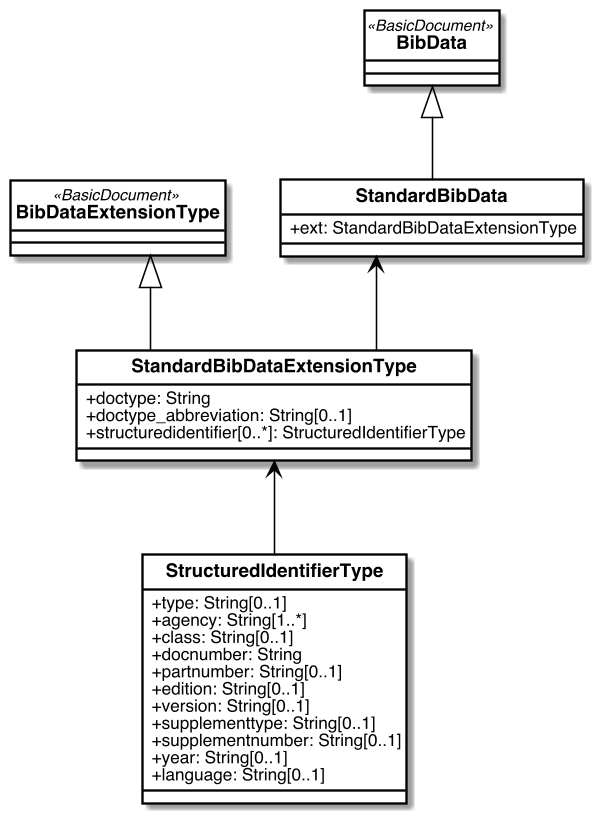
Earlier version of the PlantUML export standoc/images/StandardDoc_Metadata.png (metanorma/standoc-models).
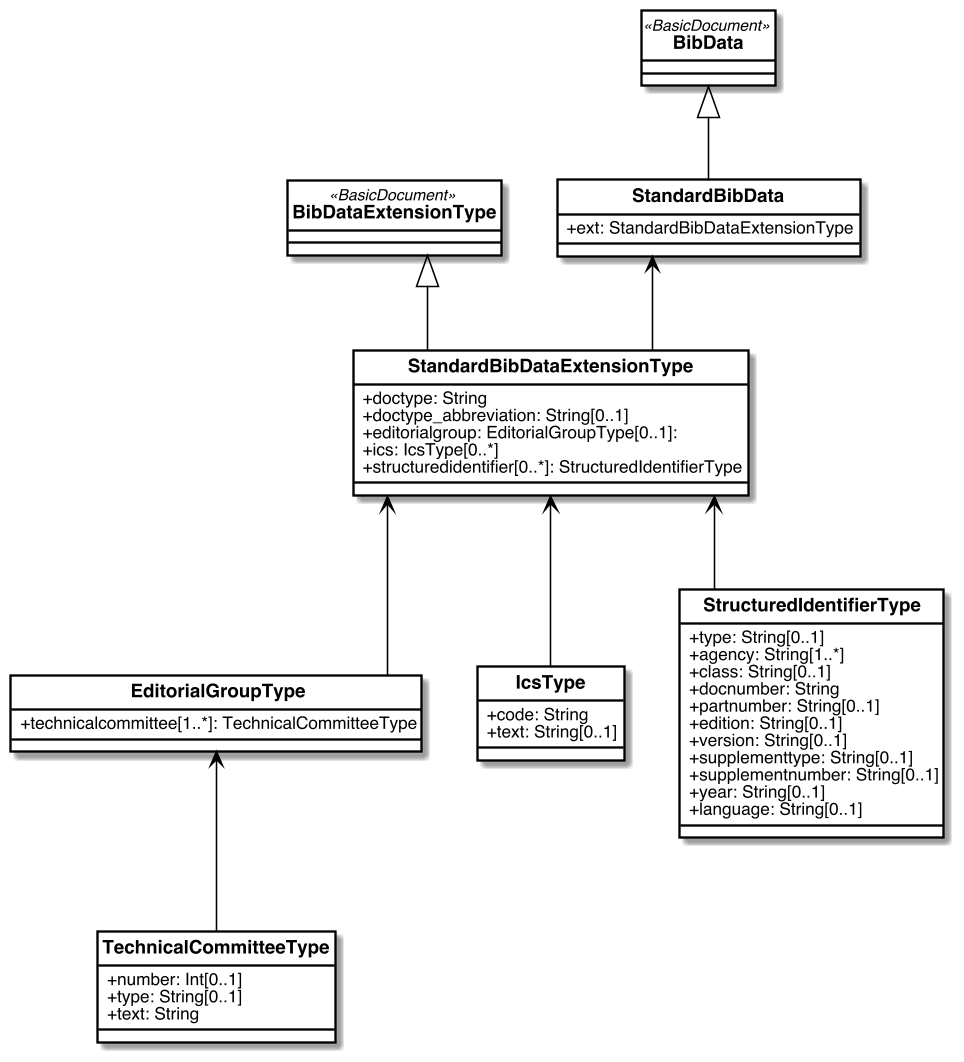
Later version of the same file.

Commit message:
bibdata/ext/ics, bibdata/ext/editorialgroup

The edit, as a diff of the source:
```diff
@@ -15,7 +15,24 @@
 class StandardBibDataExtensionType {
     +doctype: String
     +doctype_abbreviation: String[0..1]
+    +editorialgroup: EditorialGroupType[0..1]:
+    +ics: IcsType[0..*]
     +structuredidentifier[0..*]: StructuredIdentifierType
+}
+
+class EditorialGroupType {
+    +technicalcommittee[1..*]: TechnicalCommitteeType
+}
+
+class TechnicalCommitteeType {
+    +number: Int[0..1]
+    +type: String[0..1]
+    +text: String
+}
+
+class IcsType {
+    +code: String
+    +text: String[0..1]
 }
 
 class StructuredIdentifierType {
@@ -38,5 +55,8 @@
 BibDataExtensionType <|-- StandardBibDataExtensionType
 StandardBibData <-- StandardBibDataExtensionType
 StandardBibDataExtensionType <-- StructuredIdentifierType
+StandardBibDataExtensionType <-- IcsType
+StandardBibDataExtensionType <-- EditorialGroupType
+EditorialGroupType <-- TechnicalCommitteeType
 
 @enduml
```
